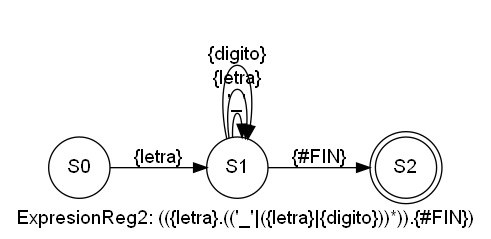
Earlier version of the Graphviz export AFD_202004765/AFD_ExpresionReg2.png (PikaGuty/OLC1_Proyecto1_202004765). Its source is kept beside it as AFD_202004765/AFD_ExpresionReg2.dot.
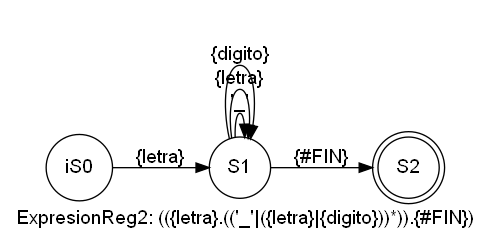
The same file after the commit.

The edit, as a diff of the source:
```diff
@@ -5,7 +5,7 @@
 	rankdir=LR;
 	size="8,5";
        node [shape = doublecircle]; S2;
-	node [shape = circle];S0 -> S1 [label = "{letra}"];
+	node [shape = circle];iS0 -> S1 [label = "{letra}"];
 S1 -> S1 [label = "'_'"];
 S1 -> S1 [label = "{letra}"];
 S1 -> S1 [label = "{digito}"];
```
